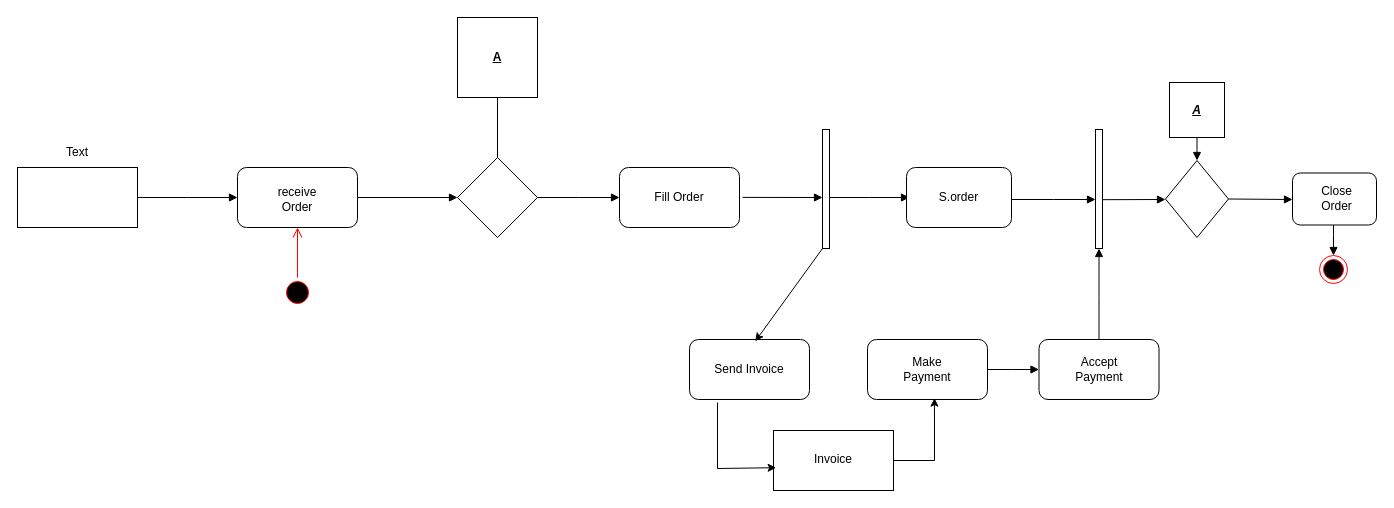
Above: Diagram2.drawio in Arxonus/Programms (draw.io), before the change. Source tidied: cells renumbered, new cells numbered last; positions are measured from the earlier drawing's top-left corner, leaving out a move shared by most shapes. Both pictures are drawn from the tidied source at 100%, with x=0, y=0 at pixel (17, 17).
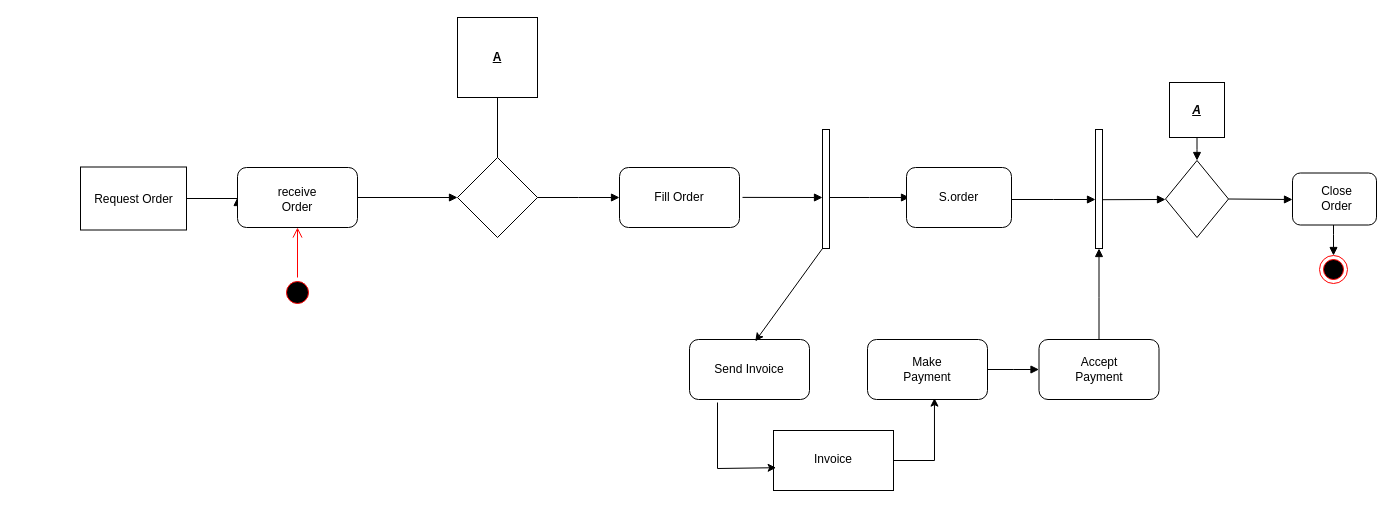
Above is the later version.

Diff of the diagram source:
```diff
@@
     <mxCell id="2" style="rounded=0;whiteSpace=wrap;html=1;" parent="1" vertex="1">
-      <mxGeometry y="150" width="120" height="60" as="geometry" />
+      <mxGeometry x="63" y="149.5" width="106" height="63" as="geometry" />
     </mxCell>
-    <mxCell id="3" value="Text" style="text;html=1;strokeColor=none;fillColor=none;align=center;verticalAlign=middle;whiteSpace=wrap;rounded=0;" parent="1" vertex="1">
-      <mxGeometry x="30" y="120" width="60" height="30" as="geometry" />
+    <mxCell id="3" value="Request Order" style="text;html=1;strokeColor=none;fillColor=none;align=center;verticalAlign=middle;whiteSpace=wrap;rounded=0;" parent="1" vertex="1">
+      <mxGeometry x="70.5" y="166.5" width="91" height="30" as="geometry" />
     </mxCell>
```
